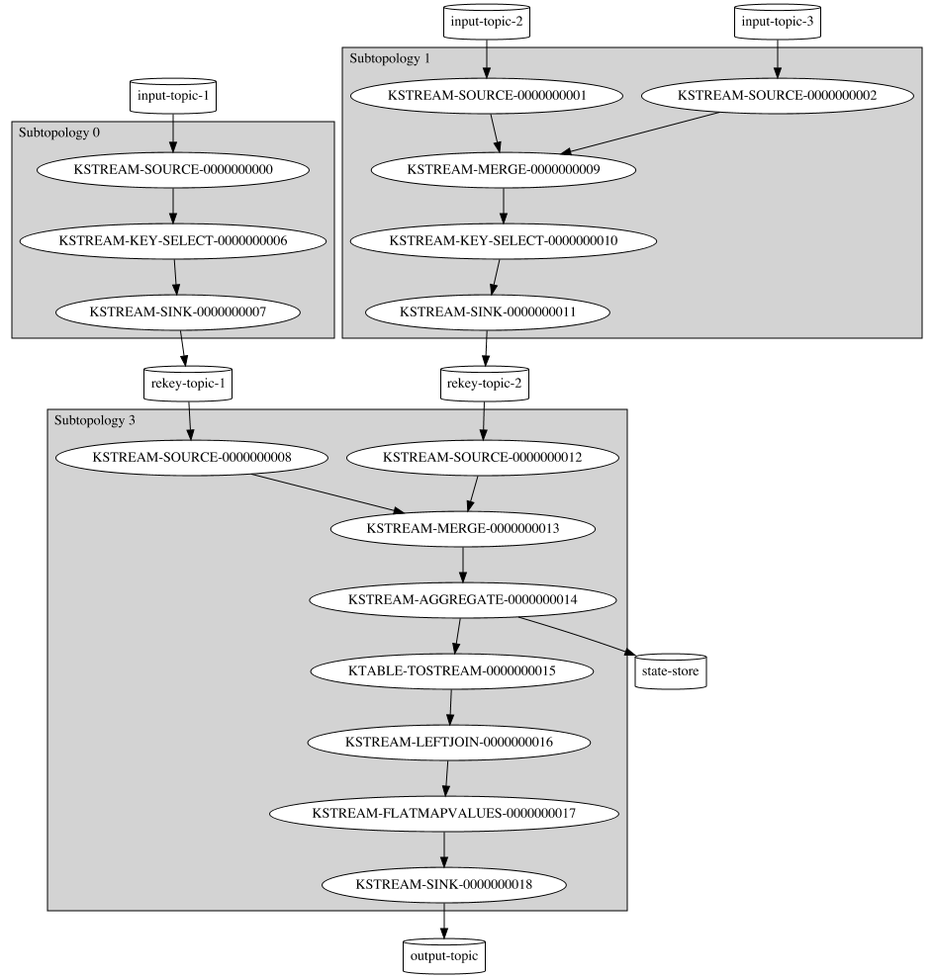
The Graphviz diagram examples/ex1.png in CasperKoning/kafka-streams-graphviz, before a commit. Its source is kept beside it as examples/ex1.dot. Source of this version:
```dot
digraph "kafka-streams-topology" {
"input-topic-1" ["shape"="cylinder"]
"input-topic-2" ["shape"="cylinder"]
"input-topic-3" ["shape"="cylinder"]
"rekey-topic-1" ["shape"="cylinder"]
"rekey-topic-2" ["shape"="cylinder"]
"output-topic" ["shape"="cylinder"]
"state-store" ["shape"="cylinder"]
subgraph "cluster_topology_0" {
graph ["style"="filled","label"="Subtopology 0","labeljust"="l"]
node ["style"="filled","fillcolor"="white"]
"KSTREAM-SOURCE-0000000000" -> "KSTREAM-KEY-SELECT-0000000006" ["arrowhead"="normal"]
"KSTREAM-KEY-SELECT-0000000006" -> "KSTREAM-SINK-0000000007" ["arrowhead"="normal"]
}
subgraph "cluster_topology_1" {
graph ["style"="filled","label"="Subtopology 1","labeljust"="l"]
node ["style"="filled","fillcolor"="white"]
"KSTREAM-SOURCE-0000000001" -> "KSTREAM-MERGE-0000000009" ["arrowhead"="normal"]
"KSTREAM-MERGE-0000000009" -> "KSTREAM-KEY-SELECT-0000000010" ["arrowhead"="normal"]
"KSTREAM-SOURCE-0000000002" -> "KSTREAM-MERGE-0000000009" ["arrowhead"="normal"]
"KSTREAM-KEY-SELECT-0000000010" -> "KSTREAM-SINK-0000000011" ["arrowhead"="normal"]
}
subgraph "cluster_topology_3" {
graph ["style"="filled","label"="Subtopology 3","labeljust"="l"]
node ["style"="filled","fillcolor"="white"]
"KSTREAM-SOURCE-0000000008" -> "KSTREAM-MERGE-0000000013" ["arrowhead"="normal"]
"KSTREAM-MERGE-0000000013" -> "KSTREAM-AGGREGATE-0000000014" ["arrowhead"="normal"]
"KSTREAM-SOURCE-0000000012" -> "KSTREAM-MERGE-0000000013" ["arrowhead"="normal"]
"KSTREAM-AGGREGATE-0000000014" -> "KTABLE-TOSTREAM-0000000015" ["arrowhead"="normal"]
"KTABLE-TOSTREAM-0000000015" -> "KSTREAM-LEFTJOIN-0000000016" ["arrowhead"="normal"]
"KSTREAM-LEFTJOIN-0000000016" -> "KSTREAM-FLATMAPVALUES-0000000017" ["arrowhead"="normal"]
"KSTREAM-FLATMAPVALUES-0000000017" -> "KSTREAM-SINK-0000000018" ["arrowhead"="normal"]
}
"input-topic-1" -> "KSTREAM-SOURCE-0000000000" ["arrowhead"="normal"]
"input-topic-2" -> "KSTREAM-SOURCE-0000000001" ["arrowhead"="normal"]
"input-topic-3" -> "KSTREAM-SOURCE-0000000002" ["arrowhead"="normal"]
"rekey-topic-1" -> "KSTREAM-SOURCE-0000000008" ["arrowhead"="normal"]
"rekey-topic-2" -> "KSTREAM-SOURCE-0000000012" ["arrowhead"="normal"]
"KSTREAM-SINK-0000000007" -> "rekey-topic-1" ["arrowhead"="normal"]
"KSTREAM-SINK-0000000011" -> "rekey-topic-2" ["arrowhead"="normal"]
"KSTREAM-SINK-0000000018" -> "output-topic" ["arrowhead"="normal"]
"KSTREAM-AGGREGATE-0000000014" -> "state-store" ["arrowhead"="normal"]
}
```
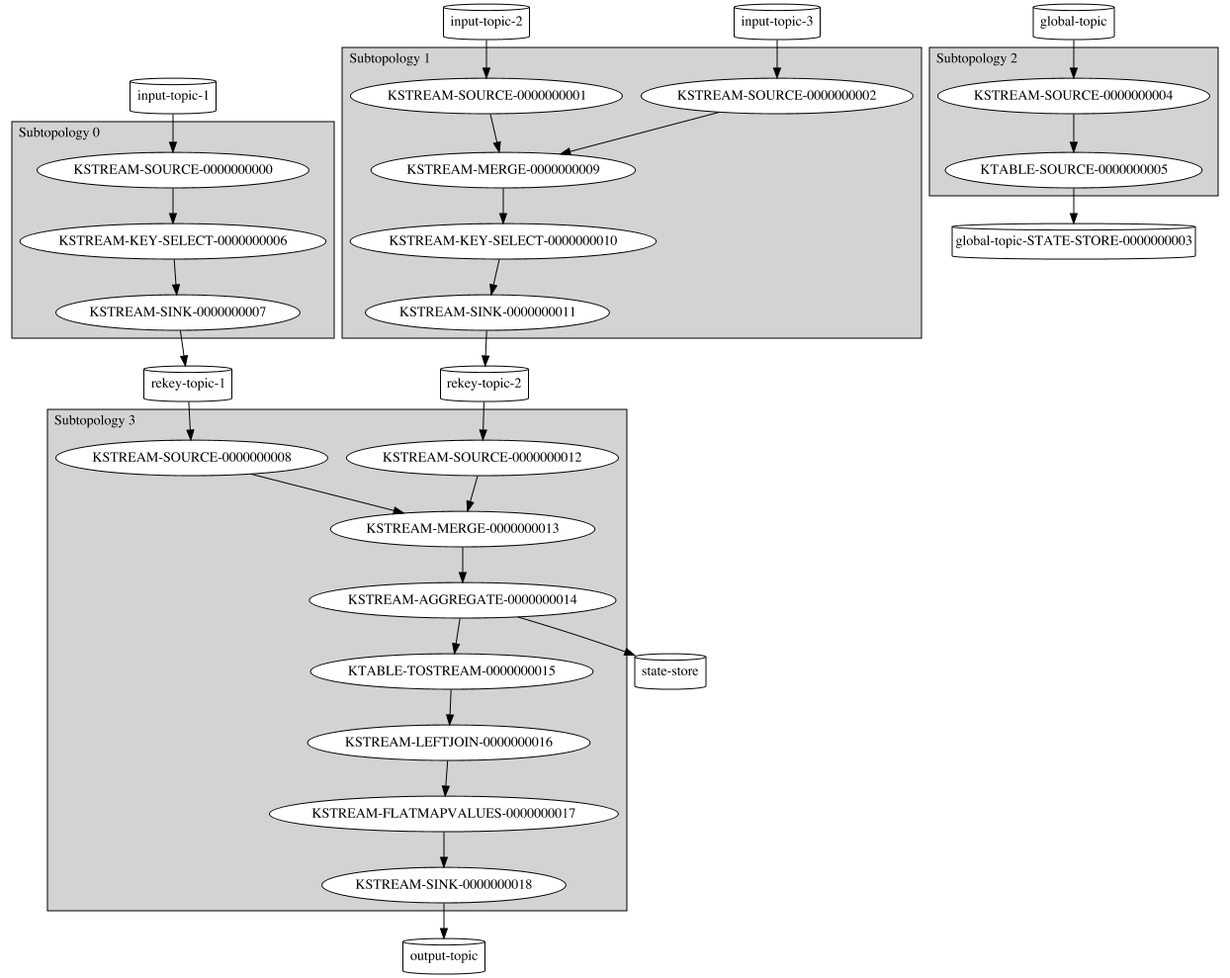
The same file after the commit.

Commit message:
Implement graph for global state stores

Change to the diagram source:
```diff
@@ -6,6 +6,8 @@
 "rekey-topic-2" ["shape"="cylinder"]
 "output-topic" ["shape"="cylinder"]
 "state-store" ["shape"="cylinder"]
+"global-topic" ["shape"="cylinder"]
+"global-topic-STATE-STORE-0000000003" ["shape"="cylinder"]
 subgraph "cluster_topology_0" {
 graph ["style"="filled","label"="Subtopology 0","labeljust"="l"]
 node ["style"="filled","fillcolor"="white"]
@@ -31,6 +33,11 @@
 "KSTREAM-LEFTJOIN-0000000016" -> "KSTREAM-FLATMAPVALUES-0000000017" ["arrowhead"="normal"]
 "KSTREAM-FLATMAPVALUES-0000000017" -> "KSTREAM-SINK-0000000018" ["arrowhead"="normal"]
 }
+subgraph "cluster_topology_2" {
+graph ["style"="filled","label"="Subtopology 2","labeljust"="l"]
+node ["style"="filled","fillcolor"="white"]
+"KSTREAM-SOURCE-0000000004" -> "KTABLE-SOURCE-0000000005" ["arrowhead"="normal"]
+}
 "input-topic-1" -> "KSTREAM-SOURCE-0000000000" ["arrowhead"="normal"]
 "input-topic-2" -> "KSTREAM-SOURCE-0000000001" ["arrowhead"="normal"]
 "input-topic-3" -> "KSTREAM-SOURCE-0000000002" ["arrowhead"="normal"]
@@ -40,4 +47,6 @@
 "KSTREAM-SINK-0000000011" -> "rekey-topic-2" ["arrowhead"="normal"]
 "KSTREAM-SINK-0000000018" -> "output-topic" ["arrowhead"="normal"]
 "KSTREAM-AGGREGATE-0000000014" -> "state-store" ["arrowhead"="normal"]
+"global-topic" -> "KSTREAM-SOURCE-0000000004" ["arrowhead"="normal"]
+"KTABLE-SOURCE-0000000005" -> "global-topic-STATE-STORE-0000000003" ["arrowhead"="normal"]
 }
```
